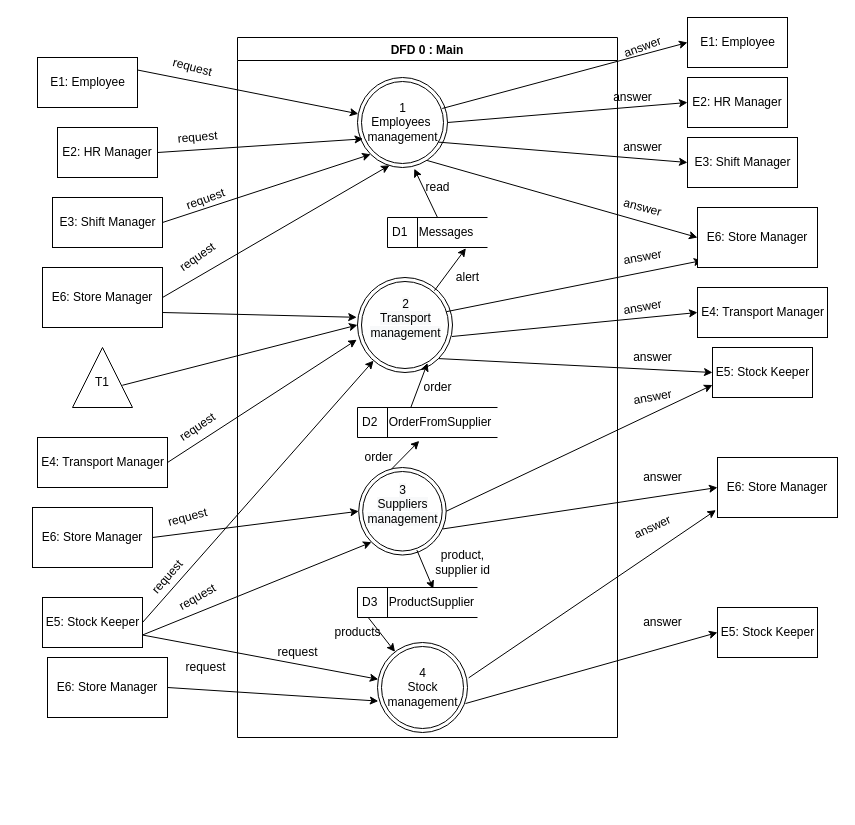
The draw.io diagram docs/DFD/DFD0.drawio in Naveavra/Market, before the edit. Source tidied: cells renumbered, new cells numbered last; positions are measured from the earlier drawing's top-left corner, leaving out a move shared by most shapes. Both pictures are drawn from the tidied source at 100%, with x=0, y=0 at pixel (32, 17).
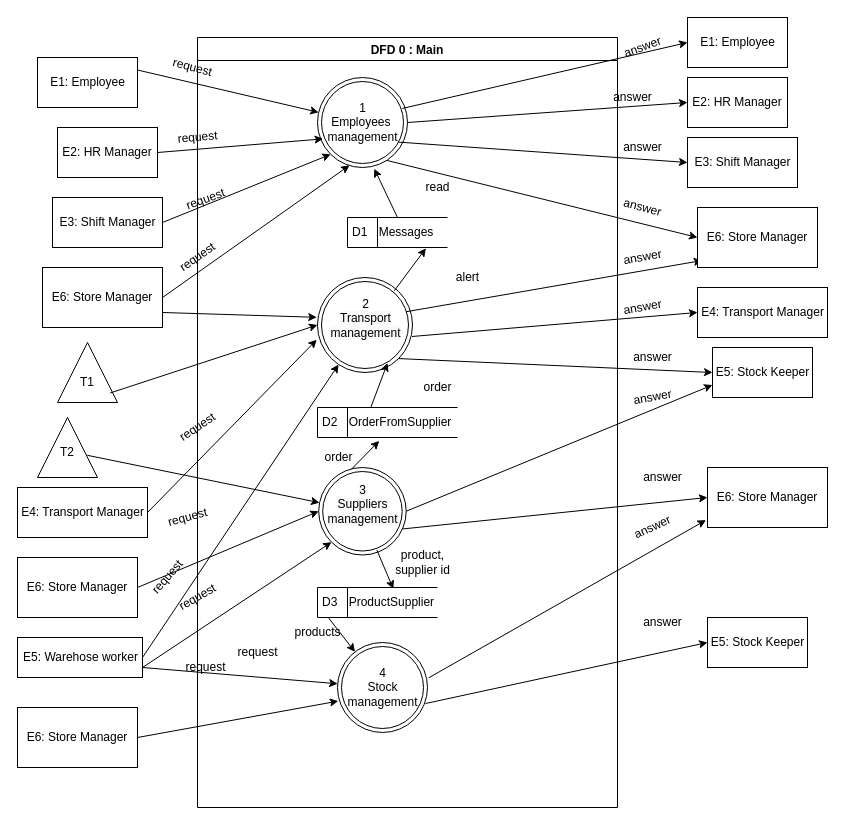
After the change.

Commit message (it also covers changes not shown here):
add use cases

Unchanged cells that the change refers to:
```xml
<mxCell id="4" value="&#10;&lt;span style=&quot;color: rgb(0, 0, 0); font-family: Helvetica; font-size: 12px; font-style: normal; font-variant-ligatures: normal; font-variant-caps: normal; font-weight: 400; letter-spacing: normal; orphans: 2; text-align: center; text-indent: 0px; text-transform: none; widows: 2; word-spacing: 0px; -webkit-text-stroke-width: 0px; background-color: rgb(248, 249, 250); text-decoration-thickness: initial; text-decoration-style: initial; text-decoration-color: initial; float: none; display: inline !important;&quot;&gt;2&lt;/span&gt;&lt;br style=&quot;color: rgb(0, 0, 0); font-family: Helvetica; font-size: 12px; font-style: normal; font-variant-ligatures: normal; font-variant-caps: normal; font-weight: 400; letter-spacing: normal; orphans: 2; text-align: center; text-indent: 0px; text-transform: none; widows: 2; word-spacing: 0px; -webkit-text-stroke-width: 0px; background-color: rgb(248, 249, 250); text-decoration-thickness: initial; text-decoration-style: initial; text-decoration-color: initial;&quot;&gt;&lt;span style=&quot;color: rgb(0, 0, 0); font-family: Helvetica; font-size: 12px; font-style: normal; font-variant-ligatures: normal; font-variant-caps: normal; font-weight: 400; letter-spacing: normal; orphans: 2; text-align: center; text-indent: 0px; text-transform: none; widows: 2; word-spacing: 0px; -webkit-text-stroke-width: 0px; background-color: rgb(248, 249, 250); text-decoration-thickness: initial; text-decoration-style: initial; text-decoration-color: initial; float: none; display: inline !important;&quot;&gt;Transport&lt;/span&gt;&lt;br style=&quot;color: rgb(0, 0, 0); font-family: Helvetica; font-size: 12px; font-style: normal; font-variant-ligatures: normal; font-variant-caps: normal; font-weight: 400; letter-spacing: normal; orphans: 2; text-align: center; text-indent: 0px; text-transform: none; widows: 2; word-spacing: 0px; -webkit-text-stroke-width: 0px; background-color: rgb(248, 249, 250); text-decoration-thickness: initial; text-decoration-style: initial; text-decoration-color: initial;&quot;&gt;&lt;span style=&quot;color: rgb(0, 0, 0); font-family: Helvetica; font-size: 12px; font-style: normal; font-variant-ligatures: normal; font-variant-caps: normal; font-weight: 400; letter-spacing: normal; orphans: 2; text-align: center; text-indent: 0px; text-transform: none; widows: 2; word-spacing: 0px; -webkit-text-stroke-width: 0px; background-color: rgb(248, 249, 250); text-decoration-thickness: initial; text-decoration-style: initial; text-decoration-color: initial; float: none; display: inline !important;&quot;&gt;management&lt;/span&gt;&#10;&#10;" style="ellipse;shape=doubleEllipse;html=1;dashed=0;whitespace=wrap;gradientColor=none;" parent="2" vertex="1">
  <mxGeometry x="120" y="240" width="95" height="95" as="geometry" />
</mxCell>
<mxCell id="5" value="&#10;&lt;span style=&quot;color: rgb(0, 0, 0); font-family: Helvetica; font-size: 12px; font-style: normal; font-variant-ligatures: normal; font-variant-caps: normal; font-weight: 400; letter-spacing: normal; orphans: 2; text-align: center; text-indent: 0px; text-transform: none; widows: 2; word-spacing: 0px; -webkit-text-stroke-width: 0px; background-color: rgb(248, 249, 250); text-decoration-thickness: initial; text-decoration-style: initial; text-decoration-color: initial; float: none; display: inline !important;&quot;&gt;3&lt;/span&gt;&lt;br style=&quot;color: rgb(0, 0, 0); font-family: Helvetica; font-size: 12px; font-style: normal; font-variant-ligatures: normal; font-variant-caps: normal; font-weight: 400; letter-spacing: normal; orphans: 2; text-align: center; text-indent: 0px; text-transform: none; widows: 2; word-spacing: 0px; -webkit-text-stroke-width: 0px; background-color: rgb(248, 249, 250); text-decoration-thickness: initial; text-decoration-style: initial; text-decoration-color: initial;&quot;&gt;&lt;span style=&quot;color: rgb(0, 0, 0); font-family: Helvetica; font-size: 12px; font-style: normal; font-variant-ligatures: normal; font-variant-caps: normal; font-weight: 400; letter-spacing: normal; orphans: 2; text-align: center; text-indent: 0px; text-transform: none; widows: 2; word-spacing: 0px; -webkit-text-stroke-width: 0px; background-color: rgb(248, 249, 250); text-decoration-thickness: initial; text-decoration-style: initial; text-decoration-color: initial; float: none; display: inline !important;&quot;&gt;Suppliers&lt;/span&gt;&lt;br style=&quot;color: rgb(0, 0, 0); font-family: Helvetica; font-size: 12px; font-style: normal; font-variant-ligatures: normal; font-variant-caps: normal; font-weight: 400; letter-spacing: normal; orphans: 2; text-align: center; text-indent: 0px; text-transform: none; widows: 2; word-spacing: 0px; -webkit-text-stroke-width: 0px; background-color: rgb(248, 249, 250); text-decoration-thickness: initial; text-decoration-style: initial; text-decoration-color: initial;&quot;&gt;&lt;span style=&quot;color: rgb(0, 0, 0); font-family: Helvetica; font-size: 12px; font-style: normal; font-variant-ligatures: normal; font-variant-caps: normal; font-weight: 400; letter-spacing: normal; orphans: 2; text-align: center; text-indent: 0px; text-transform: none; widows: 2; word-spacing: 0px; -webkit-text-stroke-width: 0px; background-color: rgb(248, 249, 250); text-decoration-thickness: initial; text-decoration-style: initial; text-decoration-color: initial; float: none; display: inline !important;&quot;&gt;management&lt;/span&gt;&#10;&#10;" style="ellipse;shape=doubleEllipse;html=1;dashed=0;whitespace=wrap;gradientColor=none;" parent="2" vertex="1">
  <mxGeometry x="121.2" y="430" width="87.5" height="87.5" as="geometry" />
</mxCell>
```

What changed in the source:
```diff
@@
     <mxCell id="2" value="DFD 0 : Main" style="swimlane;" parent="1" vertex="1">
-      <mxGeometry x="205" y="20" width="380" height="700" as="geometry" />
+      <mxGeometry x="165" y="20" width="420" height="770" as="geometry" />
     </mxCell>
@@
-    <mxCell id="25" value="E5: Stock Keeper" style="html=1;dashed=0;whitespace=wrap;gradientColor=none;" parent="1" vertex="1">
-      <mxGeometry x="10" y="580" width="100" height="50" as="geometry" />
+    <mxCell id="25" value="E5: Warehose worker" style="html=1;dashed=0;whitespace=wrap;gradientColor=none;" parent="1" vertex="1">
+      <mxGeometry x="-15" y="620" width="125" height="40" as="geometry" />
     </mxCell>
@@
     <mxCell id="30" value="E4: Transport Manager" style="html=1;dashed=0;whitespace=wrap;gradientColor=none;" parent="1" vertex="1">
-      <mxGeometry x="5" y="420" width="130" height="50" as="geometry" />
+      <mxGeometry x="-15" y="470" width="130" height="50" as="geometry" />
     </mxCell>
@@
     <mxCell id="35" value="E6: Store Manager" style="rounded=0;whiteSpace=wrap;html=1;" parent="1" vertex="1">
-      <mxGeometry y="490" width="120" height="60" as="geometry" />
+      <mxGeometry x="-15" y="540" width="120" height="60" as="geometry" />
     </mxCell>
@@
     <mxCell id="37" value="E6: Store Manager" style="rounded=0;whiteSpace=wrap;html=1;" parent="1" vertex="1">
-      <mxGeometry x="15" y="640" width="120" height="60" as="geometry" />
+      <mxGeometry x="-15" y="690" width="120" height="60" as="geometry" />
     </mxCell>
@@
     <mxCell id="50" style="triangle;whiteSpace=wrap;html=1;dashed=0;direction=south;rotation=-180;" parent="1" vertex="1">
-      <mxGeometry x="40" y="330" width="60" height="60" as="geometry" />
+      <mxGeometry x="5" y="400" width="60" height="60" as="geometry" />
     </mxCell>
-    <mxCell id="51" value="T1" style="text;html=1;strokeColor=none;fillColor=none;align=center;verticalAlign=middle;whiteSpace=wrap;rounded=0;" parent="1" vertex="1">
-      <mxGeometry x="40" y="350" width="60" height="30" as="geometry" />
+    <mxCell id="51" value="T2" style="text;html=1;strokeColor=none;fillColor=none;align=center;verticalAlign=middle;whiteSpace=wrap;rounded=0;" parent="1" vertex="1">
+      <mxGeometry x="5" y="420" width="60" height="30" as="geometry" />
     </mxCell>
-    <mxCell id="52" style="endArrow=classic;html=1;rounded=0;exitX=0.37;exitY=0.83;exitDx=0;exitDy=0;entryX=0;entryY=0.5;entryDx=0;entryDy=0;exitPerimeter=0;" parent="1" edge="1" source="50" target="4">
+    <mxCell id="52" style="endArrow=classic;html=1;rounded=0;exitX=0.37;exitY=0.83;exitDx=0;exitDy=0;exitPerimeter=0;" parent="1" edge="1" source="50" target="5">
       <mxGeometry relative="1" as="geometry" />
     </mxCell>
@@
     <mxCell id="59" value="E6: Store Manager" style="rounded=0;whiteSpace=wrap;html=1;" parent="1" vertex="1">
-      <mxGeometry x="685" y="440" width="120" height="60" as="geometry" />
+      <mxGeometry x="675" y="450" width="120" height="60" as="geometry" />
     </mxCell>
     <mxCell id="60" value="E5: Stock Keeper" style="html=1;dashed=0;whitespace=wrap;gradientColor=none;" parent="1" vertex="1">
-      <mxGeometry x="685" y="590" width="100" height="50" as="geometry" />
+      <mxGeometry x="675" y="600" width="100" height="50" as="geometry" />
     </mxCell>
@@
+    <mxCell id="84" style="triangle;whiteSpace=wrap;html=1;dashed=0;direction=south;rotation=-180;" parent="1" vertex="1">
+      <mxGeometry x="25" y="325" width="60" height="60" as="geometry" />
+    </mxCell>
+    <mxCell id="85" value="T1" style="text;html=1;strokeColor=none;fillColor=none;align=center;verticalAlign=middle;whiteSpace=wrap;rounded=0;" parent="1" vertex="1">
+      <mxGeometry x="25" y="350" width="60" height="30" as="geometry" />
+    </mxCell>
+    <mxCell id="86" style="endArrow=classic;html=1;rounded=0;exitX=0.159;exitY=0.879;exitDx=0;exitDy=0;exitPerimeter=0;entryX=0;entryY=0.5;entryDx=0;entryDy=0;" parent="1" edge="1" source="84" target="4">
+      <mxGeometry relative="1" as="geometry" />
+    </mxCell>
```
